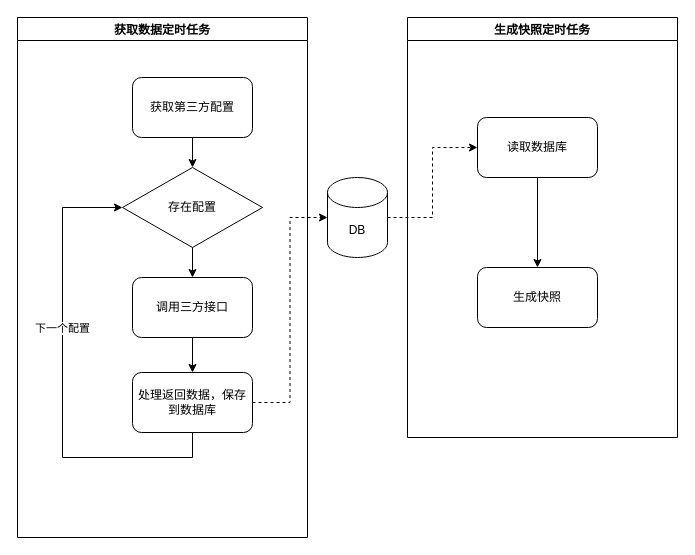
Before: supv2.8.0.drawio in yindongjun/drawio-2, a draw.io diagram. Source tidied: cells renumbered, new cells numbered last; positions are measured from the earlier drawing's top-left corner, leaving out a move shared by most shapes. Both pictures are drawn from the tidied source at 100%, with x=0, y=0 at pixel (17, 17).
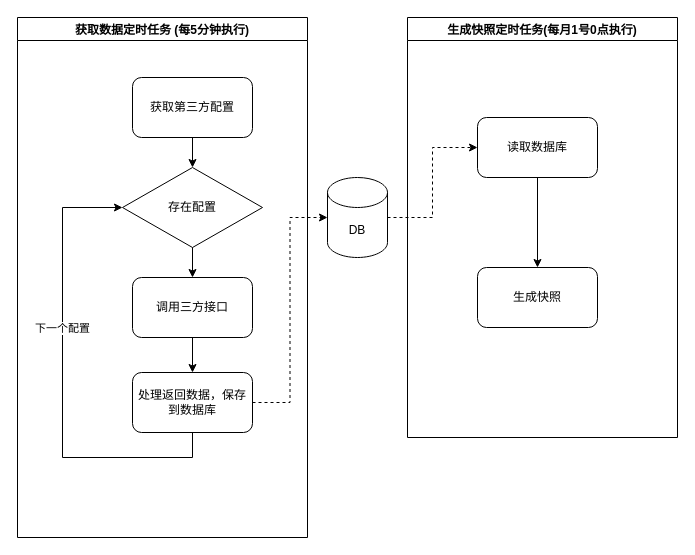
After the change.

Diff of the diagram source:
```diff
@@
 <mxGraphModel>
   <root>
     <mxCell id="0" />
     <mxCell id="1" parent="0" />
     <mxCell id="2" style="edgeStyle=orthogonalEdgeStyle;rounded=0;jettySize=auto;html=1;exitX=1;exitY=0.5;exitDx=0;exitDy=0;entryX=0;entryY=0.5;entryDx=0;entryDy=0;entryPerimeter=0;dashed=1;" parent="1" edge="1" source="13" target="4">
       <mxGeometry relative="1" as="geometry" />
     </mxCell>
     <mxCell id="3" style="edgeStyle=orthogonalEdgeStyle;rounded=0;jettySize=auto;html=1;exitX=1;exitY=0.5;exitDx=0;exitDy=0;exitPerimeter=0;entryX=0;entryY=0.5;entryDx=0;entryDy=0;dashed=1;" parent="1" edge="1" source="4" target="15">
       <mxGeometry relative="1" as="geometry" />
     </mxCell>
     <mxCell id="4" value="DB" style="shape=cylinder3;whiteSpace=wrap;html=1;boundedLbl=1;backgroundOutline=1;size=15;" parent="1" vertex="1">
       <mxGeometry x="310" y="160" width="60" height="80" as="geometry" />
     </mxCell>
-    <mxCell id="5" value="获取数据定时任务" style="swimlane;" parent="1" vertex="1">
+    <mxCell id="5" value="获取数据定时任务 (每5分钟执行)" style="swimlane;" parent="1" vertex="1">
       <mxGeometry width="290" height="520" as="geometry" />
     </mxCell>
     <mxCell id="6" value="获取第三方配置" style="rounded=1;whiteSpace=wrap;html=1;" parent="5" vertex="1">
       <mxGeometry x="115" y="60" width="120" height="60" as="geometry" />
     </mxCell>
     <mxCell id="7" value="存在配置" style="rhombus;whiteSpace=wrap;html=1;" parent="5" vertex="1">
       <mxGeometry x="105" y="150" width="140" height="80" as="geometry" />
     </mxCell>
     <mxCell id="8" style="edgeStyle=orthogonalEdgeStyle;rounded=0;jettySize=auto;html=1;exitX=0.5;exitY=1;exitDx=0;exitDy=0;entryX=0.5;entryY=0;entryDx=0;entryDy=0;" parent="5" edge="1" source="6" target="7">
       <mxGeometry relative="1" as="geometry" />
     </mxCell>
     <mxCell id="9" value="下一个配置" style="edgeStyle=orthogonalEdgeStyle;rounded=0;jettySize=auto;html=1;exitX=0.5;exitY=1;exitDx=0;exitDy=0;entryX=0;entryY=0.5;entryDx=0;entryDy=0;" parent="5" edge="1" source="13" target="7">
       <mxGeometry x="0.22" relative="1" as="geometry">
         <Array as="points">
           <mxPoint x="175" y="440" />
           <mxPoint x="45" y="440" />
           <mxPoint x="45" y="190" />
         </Array>
       </mxGeometry>
     </mxCell>
     <mxCell id="10" style="edgeStyle=orthogonalEdgeStyle;rounded=0;jettySize=auto;html=1;exitX=0.5;exitY=1;exitDx=0;exitDy=0;entryX=0.5;entryY=0;entryDx=0;entryDy=0;" parent="5" edge="1" source="11" target="13">
       <mxGeometry relative="1" as="geometry" />
     </mxCell>
     <mxCell id="11" value="调用三方接口" style="rounded=1;whiteSpace=wrap;html=1;" parent="5" vertex="1">
       <mxGeometry x="115" y="260" width="120" height="60" as="geometry" />
     </mxCell>
     <mxCell id="12" style="edgeStyle=orthogonalEdgeStyle;rounded=0;jettySize=auto;html=1;exitX=0.5;exitY=1;exitDx=0;exitDy=0;entryX=0.5;entryY=0;entryDx=0;entryDy=0;" parent="5" edge="1" source="7" target="11">
       <mxGeometry relative="1" as="geometry" />
     </mxCell>
     <mxCell id="13" value="处理返回数据，保存到数据库" style="rounded=1;whiteSpace=wrap;html=1;" parent="5" vertex="1">
       <mxGeometry x="115" y="355" width="120" height="60" as="geometry" />
     </mxCell>
-    <mxCell id="14" value="生成快照定时任务" style="swimlane;startSize=23;" parent="1" vertex="1">
+    <mxCell id="14" value="生成快照定时任务(每月1号0点执行)" style="swimlane;startSize=23;" parent="1" vertex="1">
       <mxGeometry x="390" width="270" height="420" as="geometry" />
     </mxCell>
     <mxCell id="15" value="读取数据库" style="rounded=1;whiteSpace=wrap;html=1;" parent="14" vertex="1">
       <mxGeometry x="70" y="100" width="120" height="60" as="geometry" />
     </mxCell>
     <mxCell id="16" value="生成快照" style="rounded=1;whiteSpace=wrap;html=1;" parent="14" vertex="1">
       <mxGeometry x="70" y="250" width="120" height="60" as="geometry" />
     </mxCell>
     <mxCell id="17" style="edgeStyle=orthogonalEdgeStyle;rounded=0;jettySize=auto;html=1;exitX=0.5;exitY=1;exitDx=0;exitDy=0;entryX=0.5;entryY=0;entryDx=0;entryDy=0;" parent="14" edge="1" source="15" target="16">
       <mxGeometry relative="1" as="geometry" />
     </mxCell>
   </root>
 </mxGraphModel>
```
